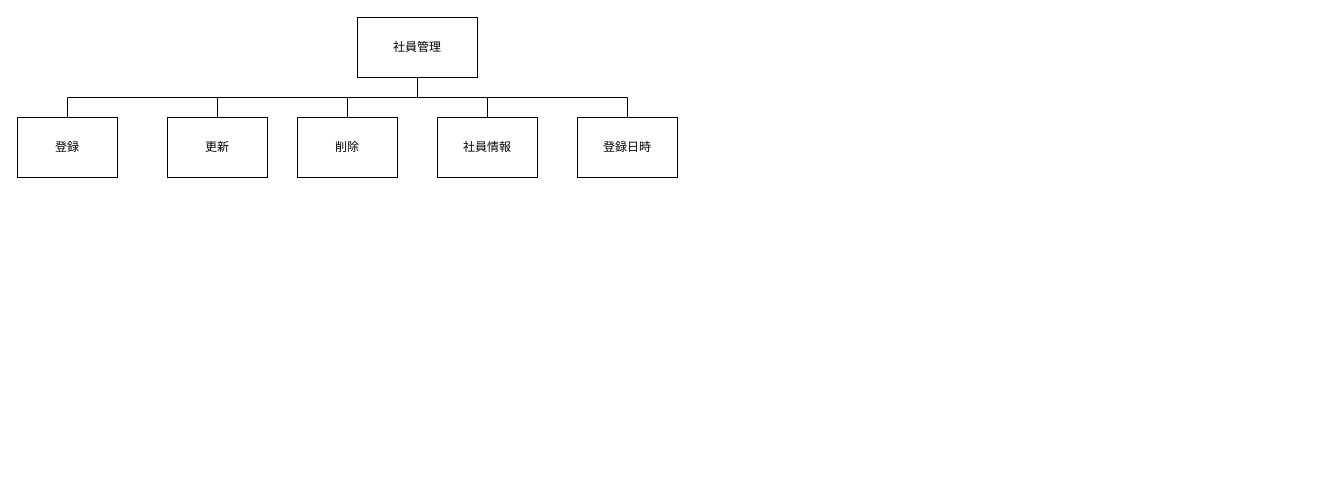
Yamanin3/system-devel keeps this draw.io diagram as サブシステム構造図/社員管理.drawio. Above is the earlier version. Source tidied: cells renumbered, new cells numbered last; positions are measured from the earlier drawing's top-left corner, leaving out a move shared by most shapes. Both pictures are drawn from the tidied source at 100%, with x=0, y=0 at pixel (17, 17).
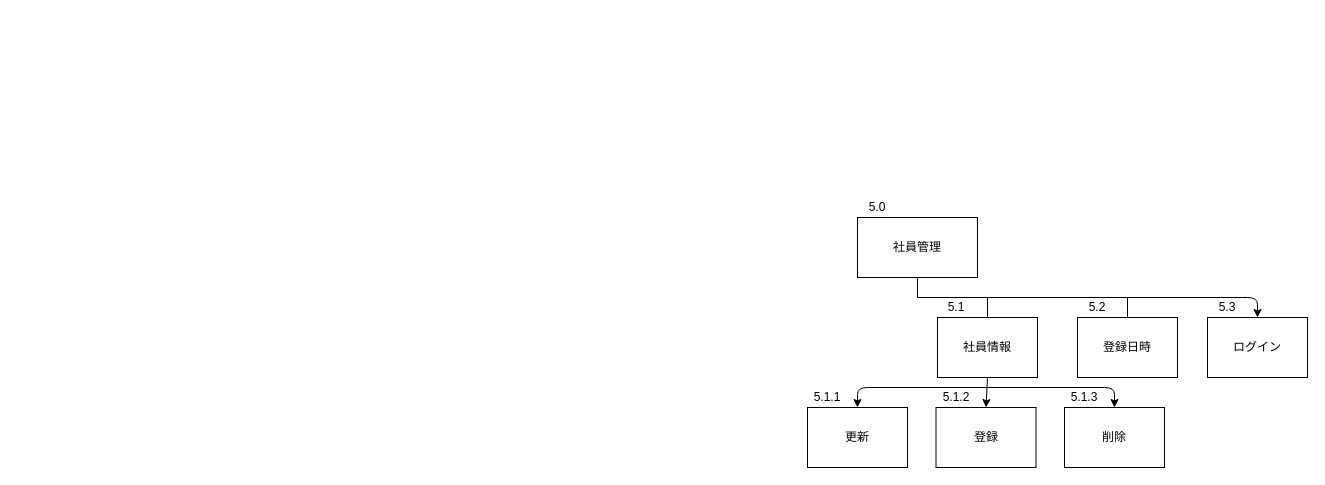
The same page after the edit.

Diff of the diagram source:
```diff
@@
     <mxCell id="2" value="社員管理" style="whiteSpace=wrap;html=1;align=center;" parent="1" vertex="1">
-      <mxGeometry x="340" width="120" height="60" as="geometry" />
+      <mxGeometry x="840" y="200" width="120" height="60" as="geometry" />
     </mxCell>
     <mxCell id="3" value="社員情報" style="whiteSpace=wrap;html=1;align=center;verticalAlign=middle;" parent="1" vertex="1">
-      <mxGeometry x="420" y="100" width="100" height="60" as="geometry" />
+      <mxGeometry x="920" y="300" width="100" height="60" as="geometry" />
     </mxCell>
-    <mxCell id="4" style="edgeStyle=elbowEdgeStyle;elbow=vertical;startArrow=none;endArrow=none;rounded=0;" parent="1" edge="1" target="3">
-      <mxGeometry relative="1" as="geometry">
-        <mxPoint x="400" y="60" as="sourcePoint" />
-      </mxGeometry>
-    </mxCell>
+    <mxCell id="13" style="edgeStyle=elbowEdgeStyle;elbow=vertical;startArrow=none;endArrow=none;rounded=0;" parent="1" edge="1" target="3">
+      <mxGeometry relative="1" as="geometry">
+        <mxPoint x="900" y="260" as="sourcePoint" />
+      </mxGeometry>
+    </mxCell>
     <mxCell id="5" value="登録日時" style="whiteSpace=wrap;html=1;align=center;verticalAlign=middle;" parent="1" vertex="1">
-      <mxGeometry x="560" y="100" width="100" height="60" as="geometry" />
+      <mxGeometry x="1060" y="300" width="100" height="60" as="geometry" />
     </mxCell>
-    <mxCell id="6" style="edgeStyle=elbowEdgeStyle;elbow=vertical;startArrow=none;endArrow=none;rounded=0;" parent="1" edge="1" target="5">
-      <mxGeometry relative="1" as="geometry">
-        <mxPoint x="470" y="80" as="sourcePoint" />
-        <Array as="points">
-          <mxPoint x="540" y="80" />
-        </Array>
-      </mxGeometry>
-    </mxCell>
+    <mxCell id="14" style="edgeStyle=elbowEdgeStyle;elbow=vertical;startArrow=none;endArrow=none;rounded=0;" parent="1" edge="1" target="5">
+      <mxGeometry relative="1" as="geometry">
+        <mxPoint x="970" y="280" as="sourcePoint" />
+        <Array as="points">
+          <mxPoint x="1040" y="280" />
+        </Array>
+      </mxGeometry>
+    </mxCell>
     <mxCell id="7" value="削除" style="whiteSpace=wrap;html=1;align=center;verticalAlign=middle;" parent="1" vertex="1">
-      <mxGeometry x="280" y="100" width="100" height="60" as="geometry" />
+      <mxGeometry x="1047" y="390" width="100" height="60" as="geometry" />
     </mxCell>
-    <mxCell id="8" style="edgeStyle=elbowEdgeStyle;elbow=vertical;startArrow=none;endArrow=none;rounded=0;exitX=0.5;exitY=1;exitDx=0;exitDy=0;" parent="1" edge="1" source="2" target="7">
-      <mxGeometry relative="1" as="geometry" />
-    </mxCell>
     <mxCell id="9" value="更新" style="whiteSpace=wrap;html=1;align=center;verticalAlign=middle;" parent="1" vertex="1">
-      <mxGeometry x="150" y="100" width="100" height="60" as="geometry" />
+      <mxGeometry x="790" y="390" width="100" height="60" as="geometry" />
     </mxCell>
-    <mxCell id="10" style="edgeStyle=elbowEdgeStyle;elbow=vertical;startArrow=none;endArrow=none;rounded=0;" parent="1" edge="1" target="9">
-      <mxGeometry relative="1" as="geometry">
-        <mxPoint x="330" y="80" as="sourcePoint" />
-        <Array as="points">
-          <mxPoint x="270" y="80" />
-        </Array>
-      </mxGeometry>
-    </mxCell>
     <mxCell id="11" value="登録" style="whiteSpace=wrap;html=1;align=center;verticalAlign=middle;" parent="1" vertex="1">
-      <mxGeometry y="100" width="100" height="60" as="geometry" />
+      <mxGeometry x="918.5" y="390" width="100" height="60" as="geometry" />
     </mxCell>
-    <mxCell id="12" style="edgeStyle=elbowEdgeStyle;elbow=vertical;startArrow=none;endArrow=none;rounded=0;" parent="1" edge="1" target="11">
-      <mxGeometry relative="1" as="geometry">
-        <mxPoint x="200" y="80" as="sourcePoint" />
-        <Array as="points">
-          <mxPoint x="130" y="80" />
-        </Array>
-      </mxGeometry>
-    </mxCell>
+    <mxCell id="15" style="endArrow=classic;html=1;exitX=0.5;exitY=1;exitDx=0;exitDy=0;entryX=0.5;entryY=0;entryDx=0;entryDy=0;" parent="1" edge="1" source="3" target="11">
+      <mxGeometry relative="1" as="geometry" />
+    </mxCell>
+    <mxCell id="16" style="endArrow=classic;html=1;entryX=0.5;entryY=0;entryDx=0;entryDy=0;" parent="1" edge="1" target="9">
+      <mxGeometry relative="1" as="geometry">
+        <mxPoint x="970" y="370" as="sourcePoint" />
+        <Array as="points">
+          <mxPoint x="840" y="370" />
+        </Array>
+      </mxGeometry>
+    </mxCell>
+    <mxCell id="17" style="endArrow=classic;html=1;entryX=0.5;entryY=0;entryDx=0;entryDy=0;" parent="1" edge="1" target="7">
+      <mxGeometry relative="1" as="geometry">
+        <mxPoint x="970" y="370" as="sourcePoint" />
+        <Array as="points">
+          <mxPoint x="1097" y="370" />
+        </Array>
+      </mxGeometry>
+    </mxCell>
+    <mxCell id="18" value="ログイン" style="whiteSpace=wrap;html=1;align=center;verticalAlign=middle;" parent="1" vertex="1">
+      <mxGeometry x="1190" y="300" width="100" height="60" as="geometry" />
+    </mxCell>
+    <mxCell id="19" value="5.3" style="text;html=1;strokeColor=none;fillColor=none;align=center;verticalAlign=middle;whiteSpace=wrap;rounded=0;" parent="18" vertex="1">
+      <mxGeometry y="-20" width="40" height="20" as="geometry" />
+    </mxCell>
+    <mxCell id="20" value="5.0" style="text;html=1;strokeColor=none;fillColor=none;align=center;verticalAlign=middle;whiteSpace=wrap;rounded=0;" parent="1" vertex="1">
+      <mxGeometry x="840" y="180" width="40" height="20" as="geometry" />
+    </mxCell>
+    <mxCell id="21" value="5.1" style="text;html=1;strokeColor=none;fillColor=none;align=center;verticalAlign=middle;whiteSpace=wrap;rounded=0;" parent="1" vertex="1">
+      <mxGeometry x="918.5" y="280" width="40" height="20" as="geometry" />
+    </mxCell>
+    <mxCell id="22" value="5.2" style="text;html=1;strokeColor=none;fillColor=none;align=center;verticalAlign=middle;whiteSpace=wrap;rounded=0;" parent="1" vertex="1">
+      <mxGeometry x="1060" y="280" width="40" height="20" as="geometry" />
+    </mxCell>
+    <mxCell id="23" value="5.1.1" style="text;html=1;strokeColor=none;fillColor=none;align=center;verticalAlign=middle;whiteSpace=wrap;rounded=0;" parent="1" vertex="1">
+      <mxGeometry x="790" y="370" width="40" height="20" as="geometry" />
+    </mxCell>
+    <mxCell id="24" value="5.1.2" style="text;html=1;strokeColor=none;fillColor=none;align=center;verticalAlign=middle;whiteSpace=wrap;rounded=0;" parent="1" vertex="1">
+      <mxGeometry x="918.5" y="370" width="40" height="20" as="geometry" />
+    </mxCell>
+    <mxCell id="25" value="5.1.3" style="text;html=1;strokeColor=none;fillColor=none;align=center;verticalAlign=middle;whiteSpace=wrap;rounded=0;" parent="1" vertex="1">
+      <mxGeometry x="1047" y="370" width="40" height="20" as="geometry" />
+    </mxCell>
+    <mxCell id="26" style="endArrow=classic;html=1;entryX=0.5;entryY=0;entryDx=0;entryDy=0;" parent="1" edge="1" target="18">
+      <mxGeometry relative="1" as="geometry">
+        <mxPoint x="1110" y="280" as="sourcePoint" />
+        <Array as="points">
+          <mxPoint x="1240" y="280" />
+        </Array>
+      </mxGeometry>
+    </mxCell>
```
